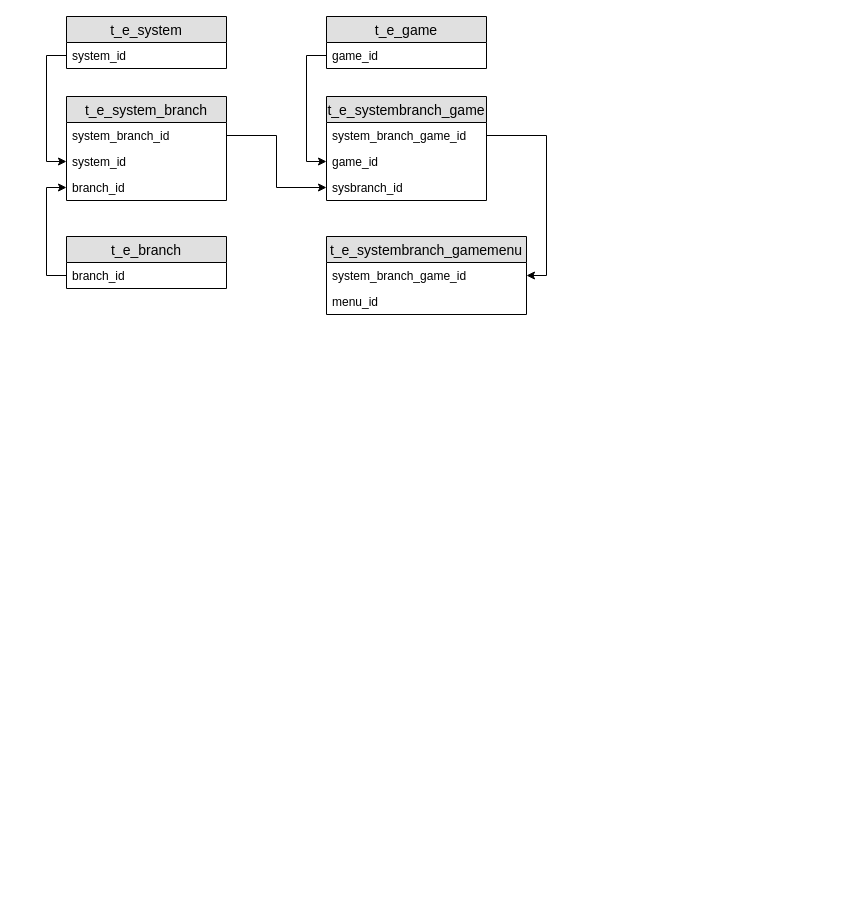
This is 收支系统表关联ER.drawio from wushengqiang/mydoc, a draw.io file, before an edit. Source tidied: cells renumbered, new cells numbered last; positions are measured from the earlier drawing's top-left corner, leaving out a move shared by most shapes. Both pictures are drawn from the tidied source at 100%, with x=0, y=0 at pixel (66, 16).
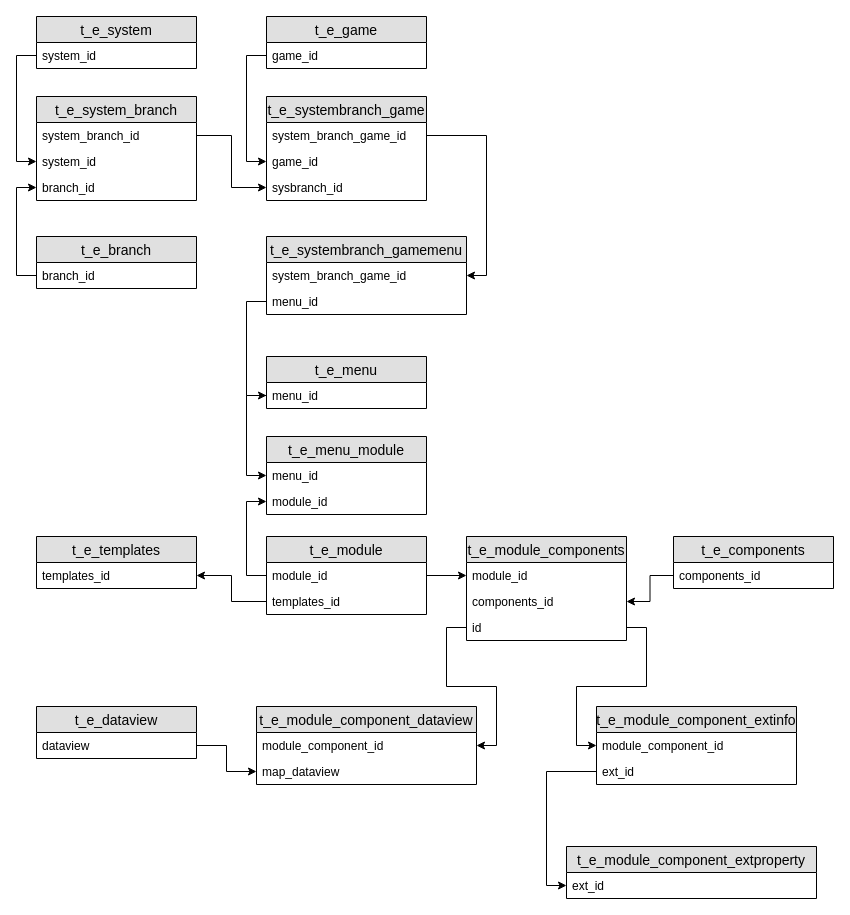
Above is the later version.

Commit message:
更新收支系统表关联ER.drawio

Unchanged cells that the change refers to:
```xml
<mxCell id="11" value="system_branch_id" style="text;strokeColor=none;fillColor=none;spacingLeft=4;spacingRight=4;overflow=hidden;points=[[0,0.5],[1,0.5]];portConstraint=eastwest;fontSize=12;" parent="10" vertex="1">
  <mxGeometry y="26" width="160" height="26" as="geometry" />
</mxCell>
<mxCell id="15" value="system_branch_game_id" style="text;strokeColor=none;fillColor=none;spacingLeft=4;spacingRight=4;overflow=hidden;points=[[0,0.5],[1,0.5]];portConstraint=eastwest;fontSize=12;" parent="14" vertex="1">
  <mxGeometry y="26" width="160" height="26" as="geometry" />
</mxCell>
<mxCell id="16" value="game_id" style="text;strokeColor=none;fillColor=none;spacingLeft=4;spacingRight=4;overflow=hidden;points=[[0,0.5],[1,0.5]];portConstraint=eastwest;fontSize=12;" parent="14" vertex="1">
  <mxGeometry y="52" width="160" height="26" as="geometry" />
</mxCell>
<mxCell id="17" value="sysbranch_id" style="text;strokeColor=none;fillColor=none;spacingLeft=4;spacingRight=4;overflow=hidden;points=[[0,0.5],[1,0.5]];portConstraint=eastwest;fontSize=12;" parent="14" vertex="1">
  <mxGeometry y="78" width="160" height="26" as="geometry" />
</mxCell>
<mxCell id="21" value="system_branch_game_id" style="text;strokeColor=none;fillColor=none;spacingLeft=4;spacingRight=4;overflow=hidden;points=[[0,0.5],[1,0.5]];portConstraint=eastwest;fontSize=12;" parent="20" vertex="1">
  <mxGeometry y="26" width="200" height="26" as="geometry" />
</mxCell>
<mxCell id="22" value="menu_id" style="text;strokeColor=none;fillColor=none;spacingLeft=4;spacingRight=4;overflow=hidden;points=[[0,0.5],[1,0.5]];portConstraint=eastwest;fontSize=12;" parent="20" vertex="1">
  <mxGeometry y="52" width="200" height="26" as="geometry" />
</mxCell>
```

Diff of the diagram source:
```diff
@@
-    <mxCell id="2" value="t_e_game" style="swimlane;fontStyle=0;horizontal=1;startSize=26;fillColor=#e0e0e0;swimlaneFillColor=#ffffff;align=center;fontSize=14;" parent="1" vertex="1">
-      <mxGeometry x="260" width="160" height="52" as="geometry" />
-    </mxCell>
-    <mxCell id="3" value="game_id" style="text;strokeColor=none;fillColor=none;spacingLeft=4;spacingRight=4;overflow=hidden;points=[[0,0.5],[1,0.5]];portConstraint=eastwest;fontSize=12;" parent="2" vertex="1">
-      <mxGeometry y="26" width="160" height="26" as="geometry" />
-    </mxCell>
@@
+    <mxCell id="18" style="edgeStyle=orthogonalEdgeStyle;rounded=0;jettySize=auto;html=1;" parent="1" edge="1" source="11" target="17">
+      <mxGeometry relative="1" as="geometry" />
+    </mxCell>
+    <mxCell id="19" style="edgeStyle=orthogonalEdgeStyle;rounded=0;jettySize=auto;html=1;entryX=0;entryY=0.5;entryDx=0;entryDy=0;" parent="1" edge="1" source="3" target="16">
+      <mxGeometry relative="1" as="geometry" />
+    </mxCell>
+    <mxCell id="23" style="edgeStyle=orthogonalEdgeStyle;rounded=0;jettySize=auto;html=1;entryX=1;entryY=0.5;entryDx=0;entryDy=0;" parent="1" edge="1" source="15" target="21">
+      <mxGeometry relative="1" as="geometry" />
+    </mxCell>
+    <mxCell id="24" style="edgeStyle=orthogonalEdgeStyle;rounded=0;jettySize=auto;html=1;entryX=0;entryY=0.5;entryDx=0;entryDy=0;" parent="1" edge="1" source="22" target="33">
+      <mxGeometry relative="1" as="geometry" />
+    </mxCell>
+    <mxCell id="25" style="edgeStyle=orthogonalEdgeStyle;rounded=0;jettySize=auto;html=1;entryX=0;entryY=0.5;entryDx=0;entryDy=0;" parent="1" edge="1" source="33" target="35">
+      <mxGeometry relative="1" as="geometry" />
+    </mxCell>
+    <mxCell id="26" style="edgeStyle=orthogonalEdgeStyle;rounded=0;jettySize=auto;html=1;entryX=0;entryY=0.5;entryDx=0;entryDy=0;" parent="1" edge="1" source="38" target="36">
+      <mxGeometry relative="1" as="geometry" />
+    </mxCell>
+    <mxCell id="27" style="edgeStyle=orthogonalEdgeStyle;rounded=0;jettySize=auto;html=1;entryX=1;entryY=0.5;entryDx=0;entryDy=0;" parent="1" edge="1" source="31" target="42">
+      <mxGeometry relative="1" as="geometry" />
+    </mxCell>
+    <mxCell id="28" style="edgeStyle=orthogonalEdgeStyle;rounded=0;jettySize=auto;html=1;entryX=0;entryY=0.5;entryDx=0;entryDy=0;" parent="1" edge="1" source="38" target="41">
+      <mxGeometry relative="1" as="geometry" />
+    </mxCell>
+    <mxCell id="29" style="edgeStyle=orthogonalEdgeStyle;rounded=0;jettySize=auto;html=1;entryX=1;entryY=0.5;entryDx=0;entryDy=0;" parent="1" edge="1" source="39" target="47">
+      <mxGeometry relative="1" as="geometry" />
+    </mxCell>
+    <mxCell id="30" value="t_e_components" style="swimlane;fontStyle=0;horizontal=1;startSize=26;fillColor=#e0e0e0;swimlaneFillColor=#ffffff;align=center;fontSize=14;" parent="1" vertex="1">
+      <mxGeometry x="607" y="520" width="160" height="52" as="geometry" />
+    </mxCell>
+    <mxCell id="31" value="components_id" style="text;strokeColor=none;fillColor=none;spacingLeft=4;spacingRight=4;overflow=hidden;points=[[0,0.5],[1,0.5]];portConstraint=eastwest;fontSize=12;" parent="30" vertex="1">
+      <mxGeometry y="26" width="160" height="26" as="geometry" />
+    </mxCell>
     <mxCell id="6" value="t_e_system" style="swimlane;fontStyle=0;horizontal=1;startSize=26;fillColor=#e0e0e0;swimlaneFillColor=#ffffff;align=center;fontSize=14;" parent="1" vertex="1">
-      <mxGeometry width="160" height="52" as="geometry" />
+      <mxGeometry x="-30" width="160" height="52" as="geometry" />
     </mxCell>
@@
     <mxCell id="8" value="t_e_branch" style="swimlane;fontStyle=0;horizontal=1;startSize=26;fillColor=#e0e0e0;swimlaneFillColor=#ffffff;align=center;fontSize=14;" parent="1" vertex="1">
-      <mxGeometry y="220" width="160" height="52" as="geometry" />
+      <mxGeometry x="-30" y="220" width="160" height="52" as="geometry" />
     </mxCell>
@@
     <mxCell id="10" value="t_e_system_branch" style="swimlane;fontStyle=0;horizontal=1;startSize=26;fillColor=#e0e0e0;swimlaneFillColor=#ffffff;align=center;fontSize=14;" parent="1" vertex="1">
-      <mxGeometry y="80" width="160" height="104" as="geometry" />
+      <mxGeometry x="-30" y="80" width="160" height="104" as="geometry" />
     </mxCell>
@@
+    <mxCell id="2" value="t_e_game" style="swimlane;fontStyle=0;horizontal=1;startSize=26;fillColor=#e0e0e0;swimlaneFillColor=#ffffff;align=center;fontSize=14;" parent="1" vertex="1">
+      <mxGeometry x="200" width="160" height="52" as="geometry" />
+    </mxCell>
+    <mxCell id="3" value="game_id" style="text;strokeColor=none;fillColor=none;spacingLeft=4;spacingRight=4;overflow=hidden;points=[[0,0.5],[1,0.5]];portConstraint=eastwest;fontSize=12;" parent="2" vertex="1">
+      <mxGeometry y="26" width="160" height="26" as="geometry" />
+    </mxCell>
     <mxCell id="14" value="t_e_systembranch_game" style="swimlane;fontStyle=0;horizontal=1;startSize=26;fillColor=#e0e0e0;swimlaneFillColor=#ffffff;align=center;fontSize=14;" parent="1" vertex="1">
-      <mxGeometry x="260" y="80" width="160" height="104" as="geometry" />
+      <mxGeometry x="200" y="80" width="160" height="104" as="geometry" />
     </mxCell>
@@
-    <mxCell id="18" style="edgeStyle=orthogonalEdgeStyle;rounded=0;jettySize=auto;html=1;" parent="1" edge="1" source="11" target="17">
-      <mxGeometry relative="1" as="geometry" />
-    </mxCell>
-    <mxCell id="19" style="edgeStyle=orthogonalEdgeStyle;rounded=0;jettySize=auto;html=1;entryX=0;entryY=0.5;entryDx=0;entryDy=0;" parent="1" edge="1" source="3" target="16">
-      <mxGeometry relative="1" as="geometry" />
-    </mxCell>
     <mxCell id="20" value="t_e_systembranch_gamemenu" style="swimlane;fontStyle=0;horizontal=1;startSize=26;fillColor=#e0e0e0;swimlaneFillColor=#ffffff;align=center;fontSize=14;" parent="1" vertex="1">
-      <mxGeometry x="260" y="220" width="200" height="78" as="geometry" />
+      <mxGeometry x="200" y="220" width="200" height="78" as="geometry" />
     </mxCell>
@@
-    <mxCell id="23" style="edgeStyle=orthogonalEdgeStyle;rounded=0;jettySize=auto;html=1;entryX=1;entryY=0.5;entryDx=0;entryDy=0;" parent="1" edge="1" source="15" target="21">
-      <mxGeometry relative="1" as="geometry" />
-    </mxCell>
+    <mxCell id="32" value="t_e_menu" style="swimlane;fontStyle=0;horizontal=1;startSize=26;fillColor=#e0e0e0;swimlaneFillColor=#ffffff;align=center;fontSize=14;" parent="1" vertex="1">
+      <mxGeometry x="200" y="340" width="160" height="52" as="geometry" />
+    </mxCell>
+    <mxCell id="33" value="menu_id" style="text;strokeColor=none;fillColor=none;spacingLeft=4;spacingRight=4;overflow=hidden;points=[[0,0.5],[1,0.5]];portConstraint=eastwest;fontSize=12;" parent="32" vertex="1">
+      <mxGeometry y="26" width="160" height="26" as="geometry" />
+    </mxCell>
+    <mxCell id="34" value="t_e_menu_module" style="swimlane;fontStyle=0;horizontal=1;startSize=26;fillColor=#e0e0e0;swimlaneFillColor=#ffffff;align=center;fontSize=14;" parent="1" vertex="1">
+      <mxGeometry x="200" y="420" width="160" height="78" as="geometry" />
+    </mxCell>
+    <mxCell id="35" value="menu_id" style="text;strokeColor=none;fillColor=none;spacingLeft=4;spacingRight=4;overflow=hidden;points=[[0,0.5],[1,0.5]];portConstraint=eastwest;fontSize=12;" parent="34" vertex="1">
+      <mxGeometry y="26" width="160" height="26" as="geometry" />
+    </mxCell>
+    <mxCell id="36" value="module_id" style="text;strokeColor=none;fillColor=none;spacingLeft=4;spacingRight=4;overflow=hidden;points=[[0,0.5],[1,0.5]];portConstraint=eastwest;fontSize=12;" parent="34" vertex="1">
+      <mxGeometry y="52" width="160" height="26" as="geometry" />
+    </mxCell>
+    <mxCell id="37" value="t_e_module" style="swimlane;fontStyle=0;horizontal=1;startSize=26;fillColor=#e0e0e0;swimlaneFillColor=#ffffff;align=center;fontSize=14;" parent="1" vertex="1">
+      <mxGeometry x="200" y="520" width="160" height="78" as="geometry" />
+    </mxCell>
+    <mxCell id="38" value="module_id" style="text;strokeColor=none;fillColor=none;spacingLeft=4;spacingRight=4;overflow=hidden;points=[[0,0.5],[1,0.5]];portConstraint=eastwest;fontSize=12;" parent="37" vertex="1">
+      <mxGeometry y="26" width="160" height="26" as="geometry" />
+    </mxCell>
+    <mxCell id="39" value="templates_id" style="text;strokeColor=none;fillColor=none;spacingLeft=4;spacingRight=4;overflow=hidden;points=[[0,0.5],[1,0.5]];portConstraint=eastwest;fontSize=12;" parent="37" vertex="1">
+      <mxGeometry y="52" width="160" height="26" as="geometry" />
+    </mxCell>
+    <mxCell id="40" value="t_e_module_components" style="swimlane;fontStyle=0;horizontal=1;startSize=26;fillColor=#e0e0e0;swimlaneFillColor=#ffffff;align=center;fontSize=14;" parent="1" vertex="1">
+      <mxGeometry x="400" y="520" width="160" height="104" as="geometry" />
+    </mxCell>
+    <mxCell id="41" value="module_id" style="text;strokeColor=none;fillColor=none;spacingLeft=4;spacingRight=4;overflow=hidden;points=[[0,0.5],[1,0.5]];portConstraint=eastwest;fontSize=12;" parent="40" vertex="1">
+      <mxGeometry y="26" width="160" height="26" as="geometry" />
+    </mxCell>
+    <mxCell id="42" value="components_id" style="text;strokeColor=none;fillColor=none;spacingLeft=4;spacingRight=4;overflow=hidden;points=[[0,0.5],[1,0.5]];portConstraint=eastwest;fontSize=12;" parent="40" vertex="1">
+      <mxGeometry y="52" width="160" height="26" as="geometry" />
+    </mxCell>
+    <mxCell id="43" value="id" style="text;strokeColor=none;fillColor=none;spacingLeft=4;spacingRight=4;overflow=hidden;points=[[0,0.5],[1,0.5]];portConstraint=eastwest;fontSize=12;" parent="40" vertex="1">
+      <mxGeometry y="78" width="160" height="26" as="geometry" />
+    </mxCell>
+    <mxCell id="44" style="edgeStyle=orthogonalEdgeStyle;rounded=0;jettySize=auto;html=1;entryX=0;entryY=0.5;entryDx=0;entryDy=0;" parent="1" edge="1" source="52" target="50">
+      <mxGeometry relative="1" as="geometry" />
+    </mxCell>
+    <mxCell id="45" style="edgeStyle=orthogonalEdgeStyle;rounded=0;jettySize=auto;html=1;entryX=1;entryY=0.5;entryDx=0;entryDy=0;" parent="1" edge="1" source="43" target="49">
+      <mxGeometry relative="1" as="geometry" />
+    </mxCell>
+    <mxCell id="46" value="t_e_templates" style="swimlane;fontStyle=0;horizontal=1;startSize=26;fillColor=#e0e0e0;swimlaneFillColor=#ffffff;align=center;fontSize=14;" parent="1" vertex="1">
+      <mxGeometry x="-30" y="520" width="160" height="52" as="geometry" />
+    </mxCell>
+    <mxCell id="47" value="templates_id" style="text;strokeColor=none;fillColor=none;spacingLeft=4;spacingRight=4;overflow=hidden;points=[[0,0.5],[1,0.5]];portConstraint=eastwest;fontSize=12;" parent="46" vertex="1">
+      <mxGeometry y="26" width="160" height="26" as="geometry" />
+    </mxCell>
+    <mxCell id="48" value="t_e_module_component_dataview" style="swimlane;fontStyle=0;horizontal=1;startSize=26;fillColor=#e0e0e0;swimlaneFillColor=#ffffff;align=center;fontSize=14;" parent="1" vertex="1">
+      <mxGeometry x="190" y="690" width="220" height="78" as="geometry" />
+    </mxCell>
+    <mxCell id="49" value="module_component_id" style="text;strokeColor=none;fillColor=none;spacingLeft=4;spacingRight=4;overflow=hidden;points=[[0,0.5],[1,0.5]];portConstraint=eastwest;fontSize=12;" parent="48" vertex="1">
+      <mxGeometry y="26" width="220" height="26" as="geometry" />
+    </mxCell>
+    <mxCell id="50" value="map_dataview" style="text;strokeColor=none;fillColor=none;spacingLeft=4;spacingRight=4;overflow=hidden;points=[[0,0.5],[1,0.5]];portConstraint=eastwest;fontSize=12;" parent="48" vertex="1">
+      <mxGeometry y="52" width="220" height="26" as="geometry" />
+    </mxCell>
+    <mxCell id="51" value="t_e_dataview" style="swimlane;fontStyle=0;horizontal=1;startSize=26;fillColor=#e0e0e0;swimlaneFillColor=#ffffff;align=center;fontSize=14;" parent="1" vertex="1">
+      <mxGeometry x="-30" y="690" width="160" height="52" as="geometry" />
+    </mxCell>
+    <mxCell id="52" value="dataview" style="text;strokeColor=none;fillColor=none;spacingLeft=4;spacingRight=4;overflow=hidden;points=[[0,0.5],[1,0.5]];portConstraint=eastwest;fontSize=12;" parent="51" vertex="1">
+      <mxGeometry y="26" width="160" height="26" as="geometry" />
+    </mxCell>
+    <mxCell id="53" style="edgeStyle=orthogonalEdgeStyle;rounded=0;jettySize=auto;html=1;entryX=0;entryY=0.5;entryDx=0;entryDy=0;" parent="1" edge="1" source="43" target="55">
+      <mxGeometry relative="1" as="geometry" />
+    </mxCell>
+    <mxCell id="54" value="t_e_module_component_extinfo" style="swimlane;fontStyle=0;horizontal=1;startSize=26;fillColor=#e0e0e0;swimlaneFillColor=#ffffff;align=center;fontSize=14;" parent="1" vertex="1">
+      <mxGeometry x="530" y="690" width="200" height="78" as="geometry" />
+    </mxCell>
+    <mxCell id="55" value="module_component_id" style="text;strokeColor=none;fillColor=none;spacingLeft=4;spacingRight=4;overflow=hidden;points=[[0,0.5],[1,0.5]];portConstraint=eastwest;fontSize=12;" parent="54" vertex="1">
+      <mxGeometry y="26" width="200" height="26" as="geometry" />
+    </mxCell>
+    <mxCell id="56" value="ext_id" style="text;strokeColor=none;fillColor=none;spacingLeft=4;spacingRight=4;overflow=hidden;points=[[0,0.5],[1,0.5]];portConstraint=eastwest;fontSize=12;" parent="54" vertex="1">
+      <mxGeometry y="52" width="200" height="26" as="geometry" />
+    </mxCell>
+    <mxCell id="57" style="edgeStyle=orthogonalEdgeStyle;rounded=0;jettySize=auto;html=1;entryX=0;entryY=0.5;entryDx=0;entryDy=0;" parent="1" edge="1" source="56" target="59">
+      <mxGeometry relative="1" as="geometry" />
+    </mxCell>
+    <mxCell id="58" value="t_e_module_component_extproperty" style="swimlane;fontStyle=0;horizontal=1;startSize=26;fillColor=#e0e0e0;swimlaneFillColor=#ffffff;align=center;fontSize=14;" parent="1" vertex="1">
+      <mxGeometry x="500" y="830" width="250" height="52" as="geometry" />
+    </mxCell>
+    <mxCell id="59" value="ext_id" style="text;strokeColor=none;fillColor=none;spacingLeft=4;spacingRight=4;overflow=hidden;points=[[0,0.5],[1,0.5]];portConstraint=eastwest;fontSize=12;" parent="58" vertex="1">
+      <mxGeometry y="26" width="250" height="26" as="geometry" />
+    </mxCell>
```
